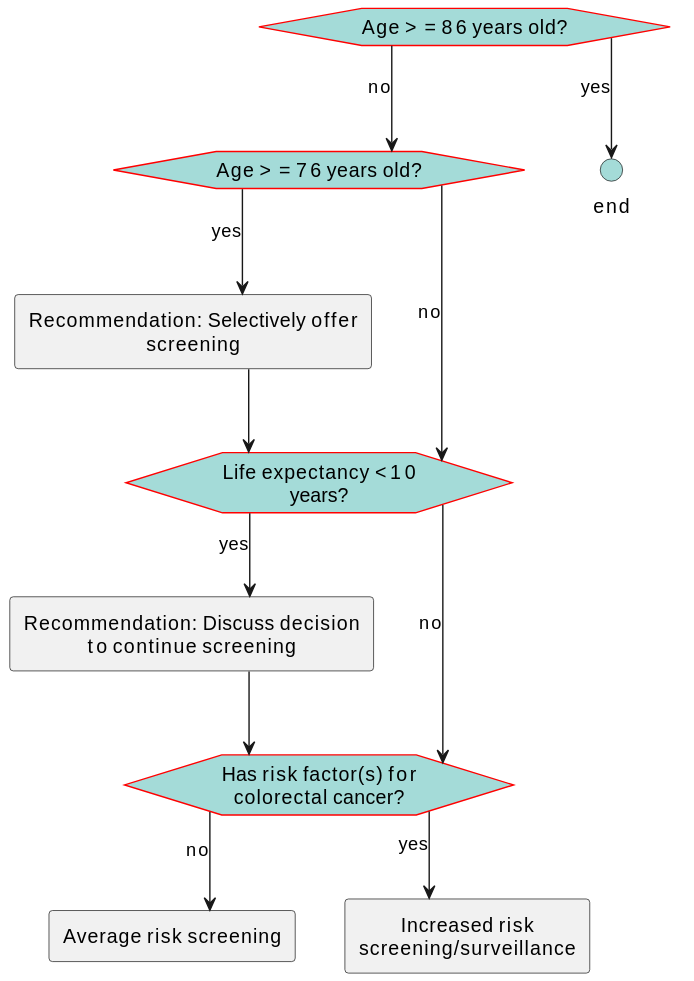
ccsm-cds-tools/CDC-Colorectal-Cancer-Screening-CDS-L2 keeps this PlantUML diagram as images/flow-decisionToScreen.svg. Above is the earlier version.
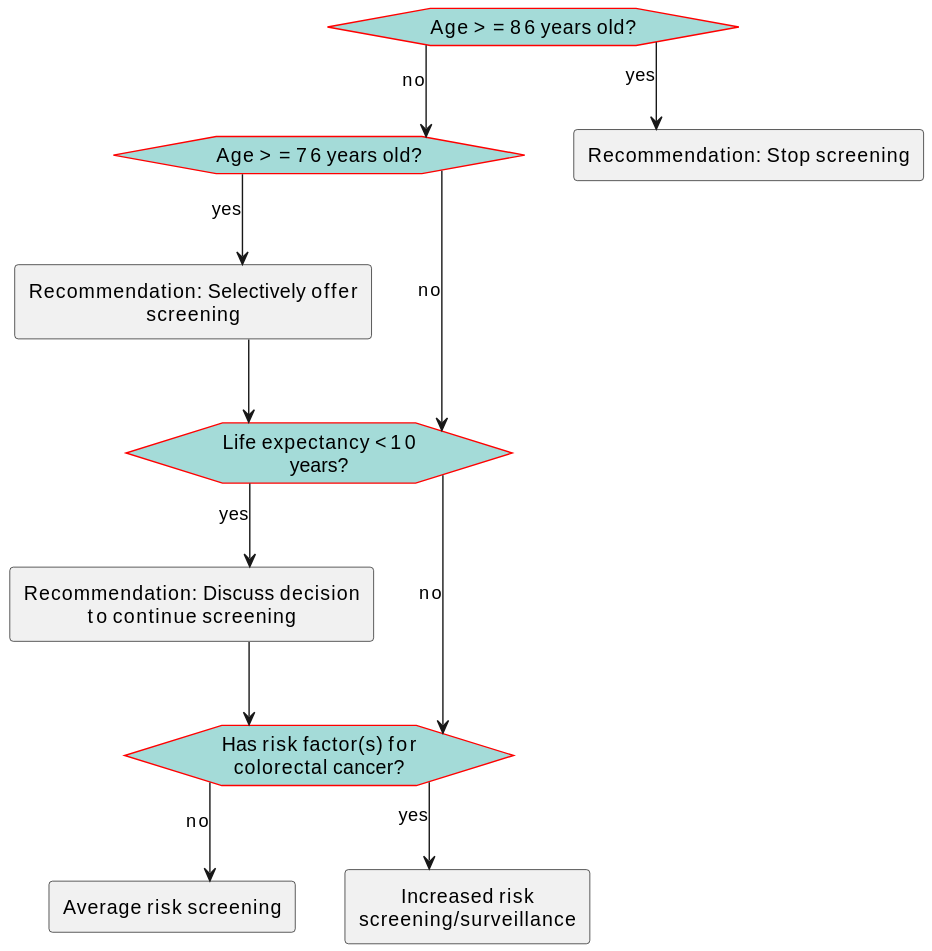
Above is the later version.

The edit, as a diff of the source:
```diff
@@ -23,11 +23,11 @@
 hexagon "Life expectancy <10 years?" as eve_LifeExp10 [[#eve-LifeExp10]]
 rectangle "Recommendation: Discuss decision to continue screening" as act_sdmcontinuelifexp [[#act-sdmcontinuelifexp]]
 hexagon "Has risk factor(s) for colorectal cancer?" as eve_riskFactors [[#eve-riskFactors]]
-circle "end" as end_1 <<end>>
+rectangle "Recommendation: Stop screening" as act_HarmsLikelyOutweighBenefits [[#act-HarmsLikelyOutweighBenefits]]
 rectangle "Average risk screening" as act_AvgRiskEligible [[#act-AvgRiskEligible]]
 rectangle "Increased risk screening/surveillance" as act_incRiskEligible [[#act-incRiskEligible]]
 eve_Age86AndOlder-->eve_AgeOver76: no
-eve_Age86AndOlder-->end_1: yes
+eve_Age86AndOlder-->act_HarmsLikelyOutweighBenefits: yes
 eve_AgeOver76-->eve_LifeExp10: no
 eve_AgeOver76-->act_SelectivelyOfferScreening: yes
 act_SelectivelyOfferScreening-->eve_LifeExp10
```
